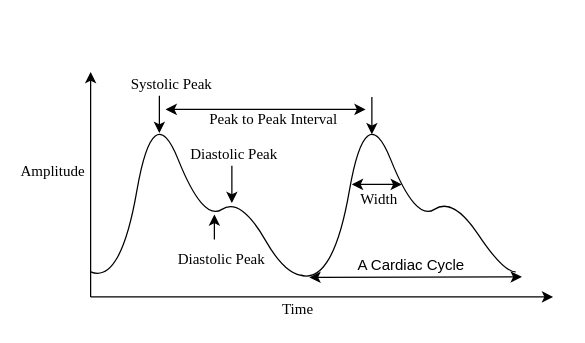
NasTul/Diagrams keeps this draw.io diagram as my.drawio. Above is the earlier version. Source tidied: cells renumbered, new cells numbered last; positions are measured from the earlier drawing's top-left corner, leaving out a move shared by most shapes. Both pictures are drawn from the tidied source at 125%, with x=0, y=0 at pixel (28, 21).
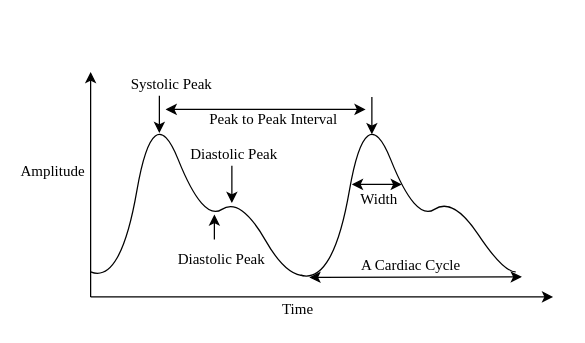
The same diagram, later.

Change to the diagram source:
```diff
@@
-    <mxCell id="23" value="&amp;nbsp;A Cardiac Cycle" style="text;html=1;strokeColor=none;fillColor=none;align=center;verticalAlign=middle;whiteSpace=wrap;rounded=0;" parent="1" vertex="1">
+    <mxCell id="23" value="&lt;font face=&quot;Times New Roman&quot;&gt;&amp;nbsp;A Cardiac Cycle&lt;/font&gt;" style="text;html=1;strokeColor=none;fillColor=none;align=center;verticalAlign=middle;whiteSpace=wrap;rounded=0;" parent="1" vertex="1">
       <mxGeometry x="250" y="185" width="110" height="20" as="geometry" />
     </mxCell>
```
